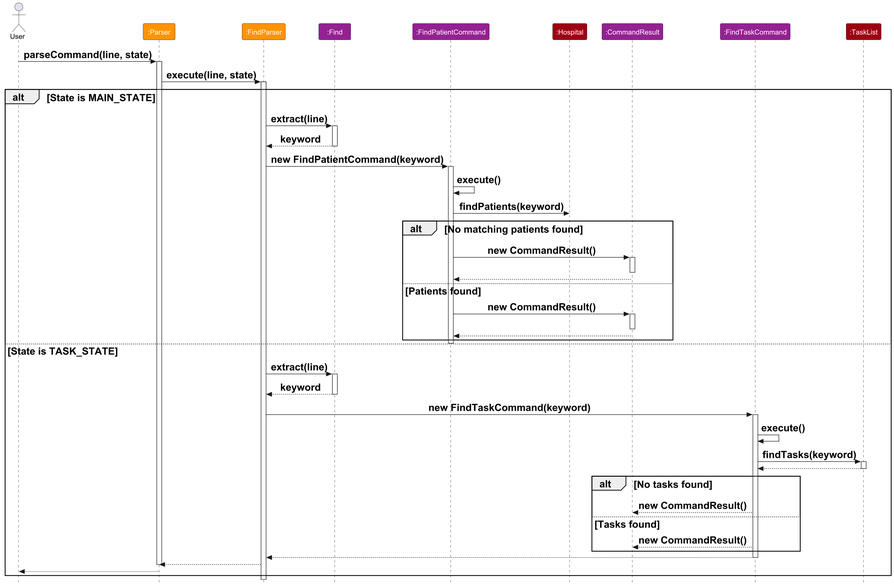
This is docs/images/FindSequenceDiagram.png from nus-cs2113-AY2425S1/tp, a PlantUML export, as it was before one commit.
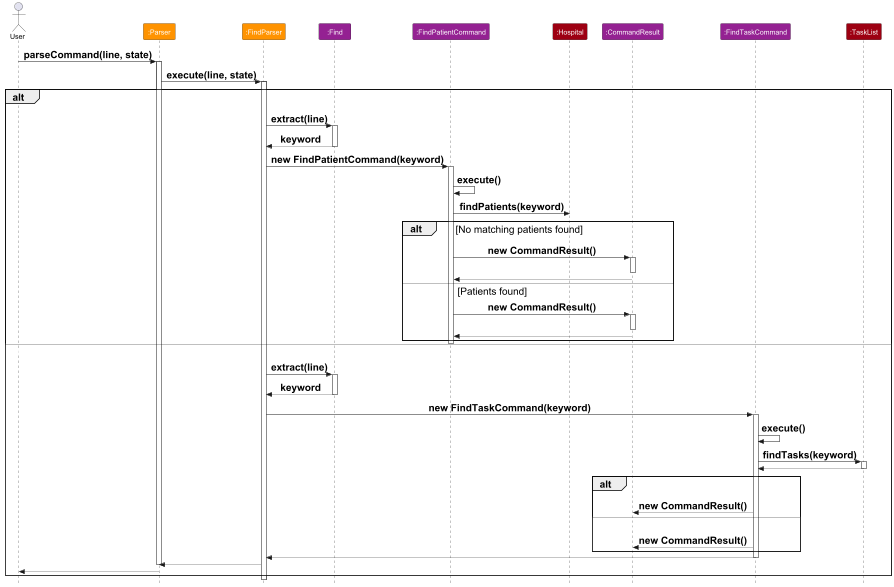
The same file after the commit.

Commit message:
Prevent overlapping of text for alt block

Diff of the diagram source:
```diff
@@ -1,4 +1,13 @@
 @startuml
+
+<style>
+sequenceDiagram  {
+  group {
+    FontColor white
+    FontStyle normal
+  }
+}
+</STYLE>
 
 !include style.puml
 skinparam ArrowFormatStyle plain
@@ -13,7 +22,7 @@
 participant ":CommandResult" as CommandResult COMMAND_COLOR
 participant ":FindTaskCommand" as FindTaskCommand COMMAND_COLOR
 participant ":TaskList" as TaskList DATA_COLOR
-scale 1.5
+scale 0.5
 skinparam defaultFontSize 20
 
 User -> Parser : parseCommand(line, state)
@@ -30,12 +39,12 @@
     activate FindPatientCommand
     FindPatientCommand -> FindPatientCommand : execute()
     FindPatientCommand -> Hospital : findPatients(keyword)
-    alt No matching patients found
+    alt <color: black>   [No matching patients found] </color>
         FindPatientCommand -> CommandResult : new CommandResult()
         activate CommandResult
         deactivate CommandResult
         CommandResult --> FindPatientCommand
-    else Patients found
+    else alt <color: black>             [Patients found] </color>
         FindPatientCommand -> CommandResult : new CommandResult()
         activate CommandResult
         deactivate CommandResult
```
